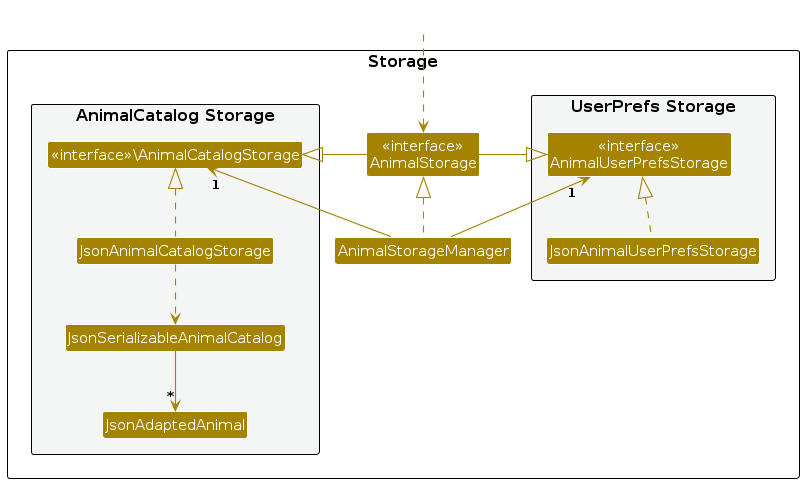
This is diagrams/StorageClassDiagram.png from wjayee/tp, a PlantUML export, as it was before one commit. Its source is kept beside it as diagrams/StorageClassDiagram.puml. Source of this version:
```plantuml
@startuml
!include style.puml
skinparam arrowThickness 1.1
skinparam arrowColor STORAGE_COLOR
skinparam classBackgroundColor STORAGE_COLOR

package Storage as StoragePackage {

    package "UserPrefs Storage" #F4F6F6{
        Class "<<interface>>\nAnimalUserPrefsStorage" as UserPrefsStorage
        Class JsonAnimalUserPrefsStorage
    }

    Class "<<interface>>\nAnimalStorage" as Storage
    Class AnimalStorageManager

    package "AnimalCatalog Storage" #F4F6F6{
        Class "<<interface>>\AnimalCatalogStorage" as AnimalCatalogStorage
        Class JsonAnimalCatalogStorage
        Class JsonSerializableAnimalCatalog
        Class JsonAdaptedAnimal
    }
}

Class HiddenOutside #FFFFFF
HiddenOutside ..> Storage

AnimalStorageManager .up.|> Storage
AnimalStorageManager -up-> "1" UserPrefsStorage
AnimalStorageManager -up-> "1" AnimalCatalogStorage

Storage -left-|> UserPrefsStorage
Storage -right-|> AnimalCatalogStorage

JsonAnimalUserPrefsStorage .up.|> UserPrefsStorage
JsonAnimalCatalogStorage .up.|> AnimalCatalogStorage
JsonAnimalCatalogStorage ..> JsonSerializableAnimalCatalog
JsonSerializableAnimalCatalog --> "*" JsonAdaptedAnimal

@enduml
```
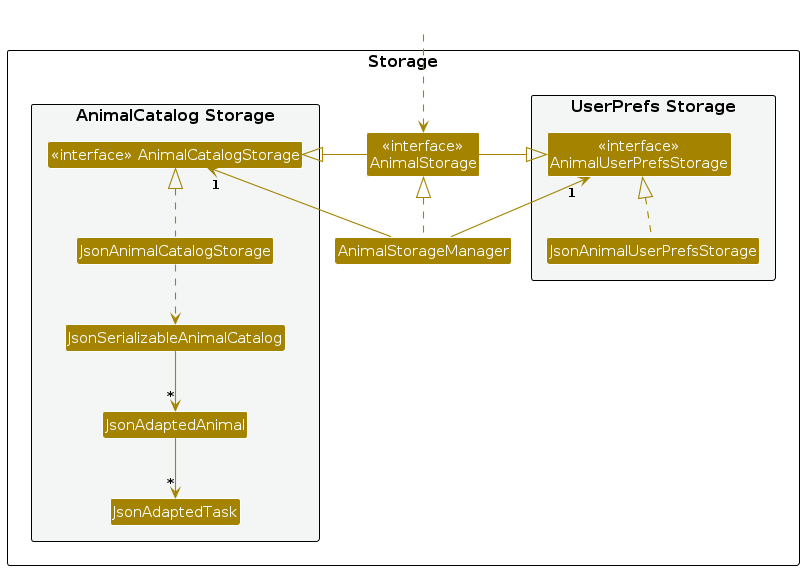
The same file after the commit.

The edit, as a diff of the source:
```diff
@@ -15,10 +15,11 @@
     Class AnimalStorageManager
 
     package "AnimalCatalog Storage" #F4F6F6{
-        Class "<<interface>>\AnimalCatalogStorage" as AnimalCatalogStorage
+        Class "<<interface>> AnimalCatalogStorage" as AnimalCatalogStorage
         Class JsonAnimalCatalogStorage
         Class JsonSerializableAnimalCatalog
         Class JsonAdaptedAnimal
+        Class JsonAdaptedTask
     }
 }
 
@@ -36,5 +37,6 @@
 JsonAnimalCatalogStorage .up.|> AnimalCatalogStorage
 JsonAnimalCatalogStorage ..> JsonSerializableAnimalCatalog
 JsonSerializableAnimalCatalog --> "*" JsonAdaptedAnimal
+JsonAdaptedAnimal --> "*" JsonAdaptedTask
 
 @enduml
```
